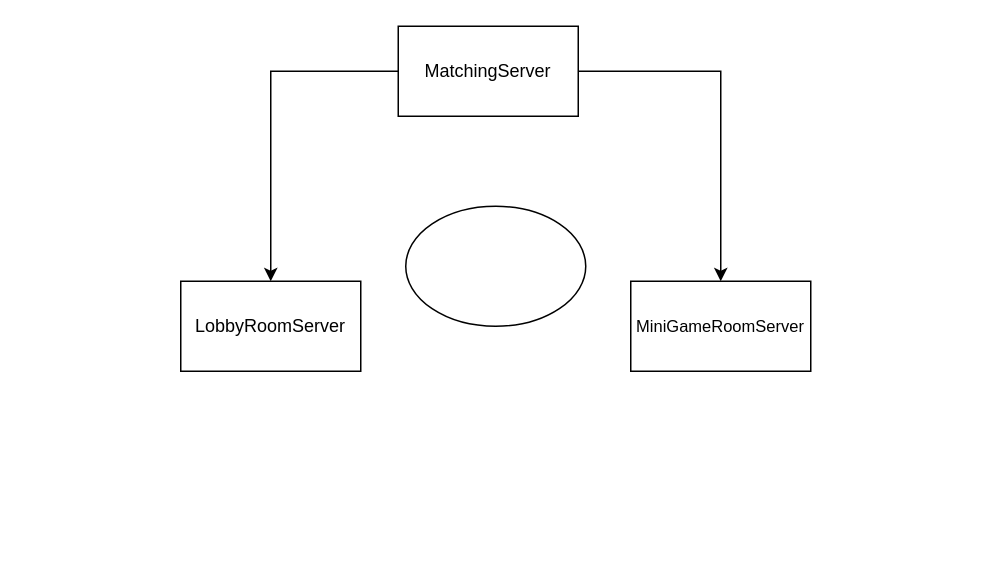
The draw.io diagram VIRCE_server/doc/architect.drawio in GTO-GamblerTeacherOka/server, before the edit. Source tidied: cells renumbered, new cells numbered last; positions are measured from the earlier drawing's top-left corner, leaving out a move shared by most shapes. Both pictures are drawn from the tidied source at 150%, with x=0, y=0 at pixel (180, 26).
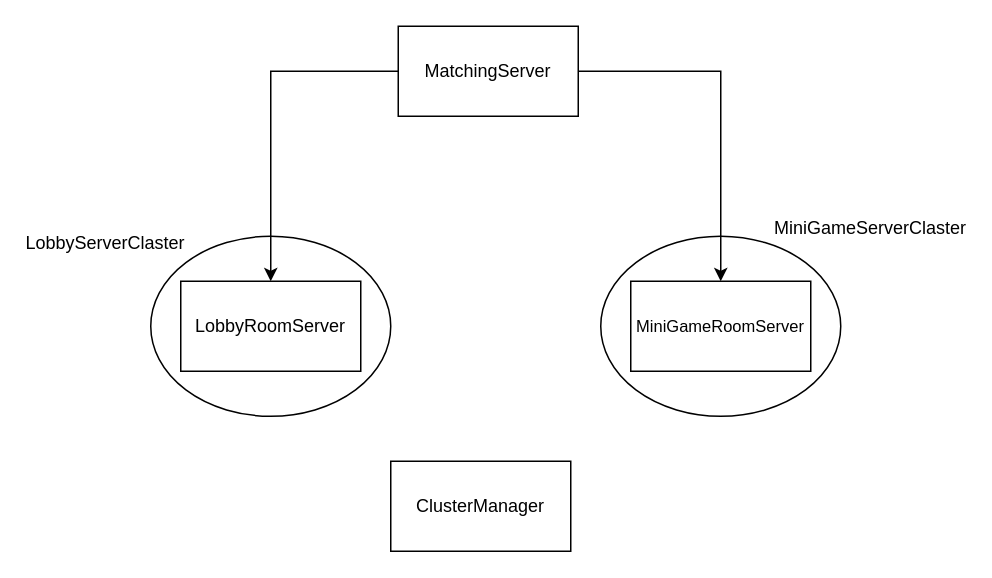
The same page after the edit.

Commit message (it also covers changes not shown here):
fix: architect diagram typo

The edit, as a diff of the source:
```diff
@@
 <mxGraphModel>
   <root>
     <mxCell id="0" />
     <mxCell id="1" parent="0" />
     <mxCell id="2" style="edgeStyle=orthogonalEdgeStyle;rounded=0;jettySize=auto;html=1;fontSize=11;" parent="1" edge="1" source="4" target="5">
       <mxGeometry relative="1" as="geometry" />
     </mxCell>
     <mxCell id="3" style="edgeStyle=orthogonalEdgeStyle;rounded=0;jettySize=auto;html=1;fontSize=11;" parent="1" edge="1" source="4" target="6">
       <mxGeometry relative="1" as="geometry" />
     </mxCell>
     <mxCell id="4" value="MatchingServer" style="rounded=0;whiteSpace=wrap;html=1;" parent="1" vertex="1">
       <mxGeometry x="145" width="120" height="60" as="geometry" />
     </mxCell>
     <mxCell id="5" value="LobbyRoomServer" style="whiteSpace=wrap;html=1;" parent="1" vertex="1">
       <mxGeometry y="170" width="120" height="60" as="geometry" />
     </mxCell>
     <mxCell id="6" value="&lt;font style=&quot;font-size: 11px;&quot;&gt;MiniGameRoomServer&lt;/font&gt;" style="whiteSpace=wrap;html=1;" parent="1" vertex="1">
       <mxGeometry x="300" y="170" width="120" height="60" as="geometry" />
     </mxCell>
-    <mxCell id="7" style="ellipse;whiteSpace=wrap;html=1;fontSize=11;" parent="1" vertex="1">
-      <mxGeometry x="150" y="120" width="120" height="80" as="geometry" />
+    <mxCell id="7" style="ellipse;whiteSpace=wrap;html=1;fontSize=11;fillColor=none;" parent="1" vertex="1">
+      <mxGeometry x="-20" y="140" width="160" height="120" as="geometry" />
     </mxCell>
+    <mxCell id="8" style="ellipse;whiteSpace=wrap;html=1;fontSize=11;fillColor=none;" parent="1" vertex="1">
+      <mxGeometry x="280" y="140" width="160" height="120" as="geometry" />
+    </mxCell>
+    <mxCell id="9" value="LobbyServerClaster" style="text;html=1;strokeColor=none;fillColor=none;align=center;verticalAlign=middle;whiteSpace=wrap;rounded=0;" parent="1" vertex="1">
+      <mxGeometry x="-80" y="130" width="60" height="30" as="geometry" />
+    </mxCell>
+    <mxCell id="10" value="MiniGameServerClaster" style="text;html=1;strokeColor=none;fillColor=none;align=center;verticalAlign=middle;whiteSpace=wrap;rounded=0;" parent="1" vertex="1">
+      <mxGeometry x="430" y="120" width="60" height="30" as="geometry" />
+    </mxCell>
+    <mxCell id="11" value="ClusterManager" style="whiteSpace=wrap;html=1;fillColor=none;" parent="1" vertex="1">
+      <mxGeometry x="140" y="290" width="120" height="60" as="geometry" />
+    </mxCell>
   </root>
 </mxGraphModel>
```
